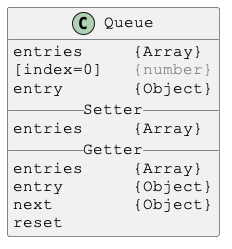
The PlantUML diagram docs/PlantUml/images/Queue.png in Justin-Byrne/canvasLab, before a commit. Its diagram source:
```plantuml
@startuml

skinparam DefaultFontSize 16
skinparam DefaultFontName Courier New

class Queue {
entries     {Array}
[index=0]   <color:gray>{number}</color>
entry       {Object}
__ Setter __
entries     {Array}
__ Getter __
entries     {Array}
entry       {Object}
next        {Object}
reset
}

@enduml
```
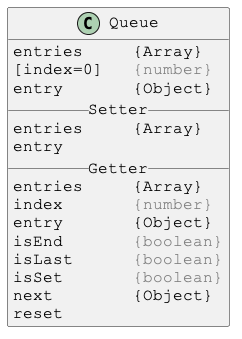
After the change.

The edit, as a diff of the source:
```diff
@@ -9,9 +9,14 @@
 entry       {Object}
 __ Setter __
 entries     {Array}
+entry
 __ Getter __
 entries     {Array}
+index       <color:gray>{number}</color>
 entry       {Object}
+isEnd       <color:gray>{boolean}</color>
+isLast      <color:gray>{boolean}</color>
+isSet       <color:gray>{boolean}</color>
 next        {Object}
 reset
 }
```
